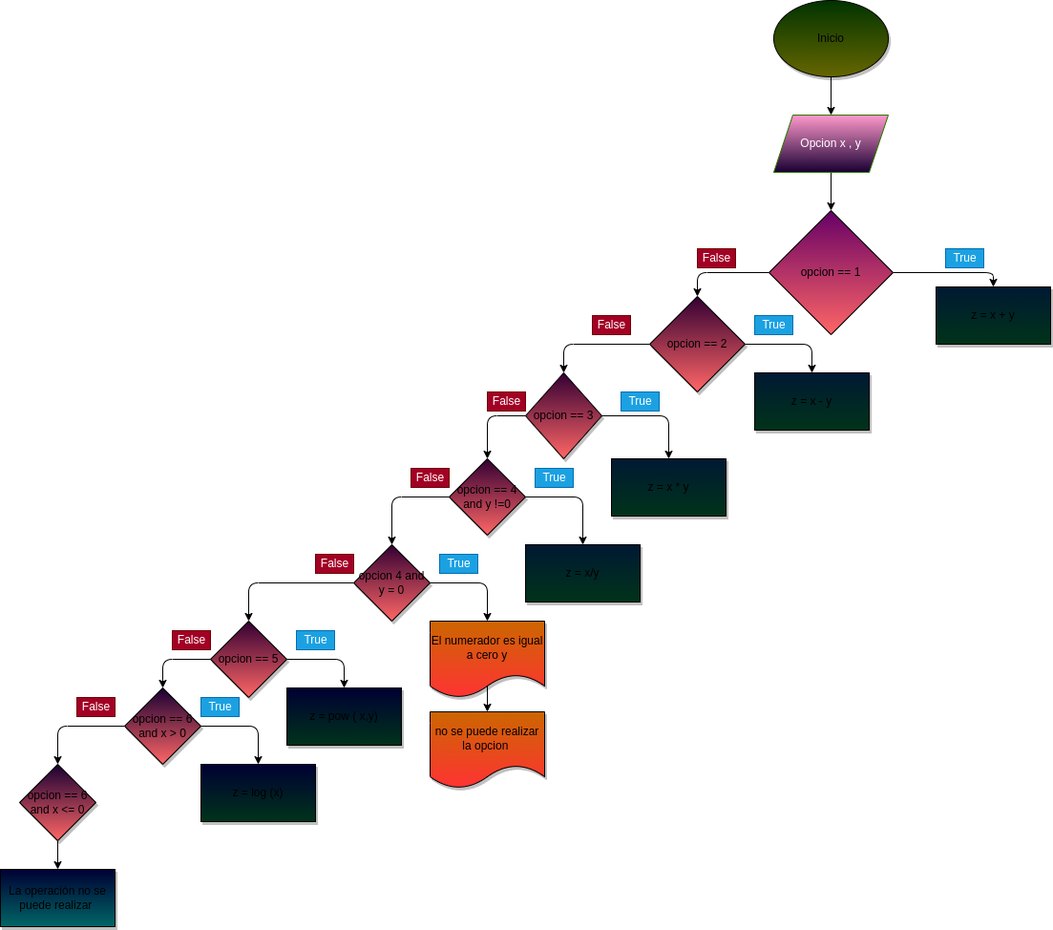
Above: diagrama.png in Irismenia/calculadora_menu (draw.io), before the change. Source tidied: cells renumbered, new cells last; positions are measured from the earlier drawing's top-left corner, leaving out a move shared by most shapes. Its diagram source:
```xml
<mxGraphModel>
  <root>
    <mxCell id="0" />
    <mxCell id="1" parent="0" />
    <mxCell id="2" style="edgeStyle=none;html=1;" parent="1" edge="1" source="3" target="5">
      <mxGeometry relative="1" as="geometry" />
    </mxCell>
    <mxCell id="3" value="Inicio" style="ellipse;whiteSpace=wrap;html=1;fillColor=#003300;shadow=1;gradientColor=#666600;" parent="1" vertex="1">
      <mxGeometry x="810" width="120" height="80" as="geometry" />
    </mxCell>
    <mxCell id="4" style="edgeStyle=none;html=1;" parent="1" edge="1" source="5" target="8">
      <mxGeometry relative="1" as="geometry" />
    </mxCell>
    <mxCell id="5" value="Opcion x , y" style="shape=parallelogram;perimeter=parallelogramPerimeter;whiteSpace=wrap;html=1;fixedSize=1;fillColor=#FF99CC;fontColor=#ffffff;strokeColor=#2D7600;gradientColor=#190033;" parent="1" vertex="1">
      <mxGeometry x="810" y="120" width="120" height="60" as="geometry" />
    </mxCell>
    <mxCell id="6" style="edgeStyle=none;html=1;exitX=1;exitY=0.5;exitDx=0;exitDy=0;entryX=0.5;entryY=0;entryDx=0;entryDy=0;" parent="1" edge="1" source="8" target="11">
      <mxGeometry relative="1" as="geometry">
        <Array as="points">
          <mxPoint x="1040" y="285" />
        </Array>
      </mxGeometry>
    </mxCell>
    <mxCell id="7" style="edgeStyle=none;html=1;exitX=0;exitY=0.5;exitDx=0;exitDy=0;entryX=0.5;entryY=0;entryDx=0;entryDy=0;" parent="1" edge="1" source="8" target="14">
      <mxGeometry relative="1" as="geometry">
        <Array as="points">
          <mxPoint x="730" y="285" />
        </Array>
      </mxGeometry>
    </mxCell>
    <mxCell id="8" value="opcion == 1" style="rhombus;whiteSpace=wrap;html=1;fillColor=#660066;gradientColor=#FF6666;" parent="1" vertex="1">
      <mxGeometry x="805" y="220" width="130" height="130" as="geometry" />
    </mxCell>
    <mxCell id="9" value="False" style="text;html=1;align=center;verticalAlign=middle;strokeColor=#6F0000;fillColor=#a20025;fontColor=#ffffff;" parent="1" vertex="1">
      <mxGeometry x="730" y="260" width="40" height="20" as="geometry" />
    </mxCell>
    <mxCell id="10" value="True" style="text;html=1;align=center;verticalAlign=middle;strokeColor=#006EAF;fillColor=#1ba1e2;fontColor=#ffffff;" parent="1" vertex="1">
      <mxGeometry x="990" y="260" width="40" height="20" as="geometry" />
    </mxCell>
    <mxCell id="11" value="z = x + y" style="rounded=0;whiteSpace=wrap;html=1;shadow=1;fillColor=#001933;gradientColor=#00331A;" parent="1" vertex="1">
      <mxGeometry x="980" y="300" width="120" height="60" as="geometry" />
    </mxCell>
    <mxCell id="12" style="edgeStyle=none;html=1;exitX=1;exitY=0.5;exitDx=0;exitDy=0;entryX=0.5;entryY=0;entryDx=0;entryDy=0;" parent="1" edge="1" source="14" target="17">
      <mxGeometry relative="1" as="geometry">
        <Array as="points">
          <mxPoint x="850" y="360" />
        </Array>
      </mxGeometry>
    </mxCell>
    <mxCell id="13" style="edgeStyle=none;html=1;exitX=0;exitY=0.5;exitDx=0;exitDy=0;entryX=0.5;entryY=0;entryDx=0;entryDy=0;" parent="1" edge="1" source="14" target="20">
      <mxGeometry relative="1" as="geometry">
        <Array as="points">
          <mxPoint x="590" y="360" />
        </Array>
      </mxGeometry>
    </mxCell>
    <mxCell id="14" value="opcion == 2" style="rhombus;whiteSpace=wrap;html=1;shadow=1;fillColor=#330033;gradientColor=#FF6666;" parent="1" vertex="1">
      <mxGeometry x="680" y="310" width="100" height="100" as="geometry" />
    </mxCell>
    <mxCell id="15" value="True" style="text;html=1;align=center;verticalAlign=middle;strokeColor=#006EAF;fillColor=#1ba1e2;fontColor=#ffffff;" parent="1" vertex="1">
      <mxGeometry x="790" y="330" width="40" height="20" as="geometry" />
    </mxCell>
    <mxCell id="16" value="False" style="text;html=1;align=center;verticalAlign=middle;strokeColor=#6F0000;fillColor=#a20025;fontColor=#ffffff;" parent="1" vertex="1">
      <mxGeometry x="620" y="330" width="40" height="20" as="geometry" />
    </mxCell>
    <mxCell id="17" value="z = x - y" style="rounded=0;whiteSpace=wrap;html=1;shadow=1;fillColor=#001933;gradientColor=#00331A;" parent="1" vertex="1">
      <mxGeometry x="790" y="390" width="120" height="60" as="geometry" />
    </mxCell>
    <mxCell id="18" style="edgeStyle=none;html=1;exitX=1;exitY=0.5;exitDx=0;exitDy=0;entryX=0.5;entryY=0;entryDx=0;entryDy=0;" parent="1" edge="1" source="20" target="21">
      <mxGeometry relative="1" as="geometry">
        <Array as="points">
          <mxPoint x="700" y="435" />
        </Array>
      </mxGeometry>
    </mxCell>
    <mxCell id="19" style="edgeStyle=none;html=1;exitX=0;exitY=0.5;exitDx=0;exitDy=0;entryX=0.5;entryY=0;entryDx=0;entryDy=0;" parent="1" edge="1" source="20" target="24">
      <mxGeometry relative="1" as="geometry">
        <Array as="points">
          <mxPoint x="510" y="435" />
        </Array>
      </mxGeometry>
    </mxCell>
    <mxCell id="20" value="opcion == 3" style="rhombus;whiteSpace=wrap;html=1;shadow=1;fillColor=#330033;gradientColor=#FF6666;" parent="1" vertex="1">
      <mxGeometry x="550" y="390" width="80" height="90" as="geometry" />
    </mxCell>
    <mxCell id="21" value="z = x * y" style="rounded=0;whiteSpace=wrap;html=1;shadow=1;fillColor=#001933;gradientColor=#00331A;" parent="1" vertex="1">
      <mxGeometry x="640" y="480" width="120" height="60" as="geometry" />
    </mxCell>
    <mxCell id="22" style="edgeStyle=none;html=1;exitX=1;exitY=0.5;exitDx=0;exitDy=0;entryX=0.5;entryY=0;entryDx=0;entryDy=0;" parent="1" edge="1" source="24" target="27">
      <mxGeometry relative="1" as="geometry">
        <Array as="points">
          <mxPoint x="610" y="520" />
        </Array>
      </mxGeometry>
    </mxCell>
    <mxCell id="23" style="edgeStyle=none;html=1;exitX=0;exitY=0.5;exitDx=0;exitDy=0;entryX=0.5;entryY=0;entryDx=0;entryDy=0;" parent="1" edge="1" source="24" target="30">
      <mxGeometry relative="1" as="geometry">
        <Array as="points">
          <mxPoint x="410" y="520" />
        </Array>
      </mxGeometry>
    </mxCell>
    <mxCell id="24" value="opcion == 4 and y !=0" style="rhombus;whiteSpace=wrap;html=1;shadow=1;fillColor=#330033;gradientColor=#FF6666;" parent="1" vertex="1">
      <mxGeometry x="470" y="480" width="80" height="80" as="geometry" />
    </mxCell>
    <mxCell id="25" value="True" style="text;html=1;align=center;verticalAlign=middle;strokeColor=#006EAF;fillColor=#1ba1e2;fontColor=#ffffff;" parent="1" vertex="1">
      <mxGeometry x="650" y="410" width="40" height="20" as="geometry" />
    </mxCell>
    <mxCell id="26" value="False" style="text;html=1;align=center;verticalAlign=middle;strokeColor=#6F0000;fillColor=#a20025;fontColor=#ffffff;" parent="1" vertex="1">
      <mxGeometry x="510" y="410" width="40" height="20" as="geometry" />
    </mxCell>
    <mxCell id="27" value="z = x/y" style="rounded=0;whiteSpace=wrap;html=1;shadow=1;fillColor=#001933;gradientColor=#00331A;" parent="1" vertex="1">
      <mxGeometry x="550" y="570" width="120" height="60" as="geometry" />
    </mxCell>
    <mxCell id="28" style="edgeStyle=none;html=1;exitX=1;exitY=0.5;exitDx=0;exitDy=0;" parent="1" edge="1" source="30">
      <mxGeometry relative="1" as="geometry">
        <mxPoint x="510" y="650" as="targetPoint" />
        <Array as="points">
          <mxPoint x="510" y="610" />
        </Array>
      </mxGeometry>
    </mxCell>
    <mxCell id="29" style="edgeStyle=none;html=1;exitX=0;exitY=0.5;exitDx=0;exitDy=0;entryX=0.5;entryY=0;entryDx=0;entryDy=0;" parent="1" edge="1" source="30" target="41">
      <mxGeometry relative="1" as="geometry">
        <Array as="points">
          <mxPoint x="260" y="610" />
        </Array>
      </mxGeometry>
    </mxCell>
    <mxCell id="30" value="opcion 4 and y = 0" style="rhombus;whiteSpace=wrap;html=1;shadow=1;fillColor=#330033;gradientColor=#FF6666;" parent="1" vertex="1">
      <mxGeometry x="370" y="570" width="80" height="80" as="geometry" />
    </mxCell>
    <mxCell id="31" value="no se puede realizar la opcion&amp;nbsp;" style="shape=document;whiteSpace=wrap;html=1;boundedLbl=1;shadow=1;fillColor=#CC6600;gradientColor=#FF3333;" parent="1" vertex="1">
      <mxGeometry x="450" y="745" width="120" height="80" as="geometry" />
    </mxCell>
    <mxCell id="32" style="edgeStyle=none;html=1;" parent="1" edge="1" target="31">
      <mxGeometry relative="1" as="geometry">
        <mxPoint x="510" y="710" as="sourcePoint" />
      </mxGeometry>
    </mxCell>
    <mxCell id="33" value="El numerador es igual a cero y" style="shape=document;whiteSpace=wrap;html=1;boundedLbl=1;shadow=1;fillColor=#CC6600;gradientColor=#FF3333;" parent="1" vertex="1">
      <mxGeometry x="450" y="650" width="120" height="80" as="geometry" />
    </mxCell>
    <mxCell id="34" value="True" style="text;html=1;align=center;verticalAlign=middle;strokeColor=#006EAF;fillColor=#1ba1e2;fontColor=#ffffff;" parent="1" vertex="1">
      <mxGeometry x="560" y="490" width="40" height="20" as="geometry" />
    </mxCell>
    <mxCell id="35" value="False" style="text;html=1;align=center;verticalAlign=middle;strokeColor=#6F0000;fillColor=#a20025;fontColor=#ffffff;" parent="1" vertex="1">
      <mxGeometry x="430" y="490" width="40" height="20" as="geometry" />
    </mxCell>
    <mxCell id="36" value="True" style="text;html=1;align=center;verticalAlign=middle;strokeColor=#006EAF;fillColor=#1ba1e2;fontColor=#ffffff;" parent="1" vertex="1">
      <mxGeometry x="460" y="580" width="40" height="20" as="geometry" />
    </mxCell>
    <mxCell id="37" value="False" style="text;html=1;align=center;verticalAlign=middle;strokeColor=#6F0000;fillColor=#a20025;fontColor=#ffffff;" parent="1" vertex="1">
      <mxGeometry x="330" y="580" width="40" height="20" as="geometry" />
    </mxCell>
    <mxCell id="38" style="edgeStyle=none;html=1;exitX=1;exitY=0.5;exitDx=0;exitDy=0;entryX=0.5;entryY=0;entryDx=0;entryDy=0;" parent="1" edge="1" source="41" target="42">
      <mxGeometry relative="1" as="geometry">
        <Array as="points">
          <mxPoint x="360" y="690" />
        </Array>
      </mxGeometry>
    </mxCell>
    <mxCell id="39" style="edgeStyle=none;html=1;exitX=0;exitY=0.5;exitDx=0;exitDy=0;entryX=0.5;entryY=0;entryDx=0;entryDy=0;fillColor=#6a00ff;strokeColor=none;" parent="1" edge="1" source="41" target="45">
      <mxGeometry relative="1" as="geometry">
        <Array as="points">
          <mxPoint x="170" y="690" />
        </Array>
      </mxGeometry>
    </mxCell>
    <mxCell id="40" style="edgeStyle=none;html=1;exitX=0;exitY=0.5;exitDx=0;exitDy=0;entryX=0.5;entryY=0;entryDx=0;entryDy=0;" parent="1" edge="1" source="41" target="45">
      <mxGeometry relative="1" as="geometry">
        <Array as="points">
          <mxPoint x="170" y="690" />
        </Array>
      </mxGeometry>
    </mxCell>
    <mxCell id="41" value="opcion == 5" style="rhombus;whiteSpace=wrap;html=1;shadow=1;fillColor=#330033;gradientColor=#FF6666;" parent="1" vertex="1">
      <mxGeometry x="220" y="650" width="80" height="80" as="geometry" />
    </mxCell>
    <mxCell id="42" value="z = pow ( x,y)" style="rounded=0;whiteSpace=wrap;html=1;shadow=1;fillColor=#000033;gradientColor=#00331A;" parent="1" vertex="1">
      <mxGeometry x="300" y="720" width="120" height="60" as="geometry" />
    </mxCell>
    <mxCell id="43" style="edgeStyle=none;html=1;exitX=1;exitY=0.5;exitDx=0;exitDy=0;" parent="1" edge="1" source="45">
      <mxGeometry relative="1" as="geometry">
        <mxPoint x="270" y="800" as="targetPoint" />
        <Array as="points">
          <mxPoint x="270" y="760" />
        </Array>
      </mxGeometry>
    </mxCell>
    <mxCell id="44" style="edgeStyle=none;html=1;exitX=0;exitY=0.5;exitDx=0;exitDy=0;" parent="1" edge="1" source="45">
      <mxGeometry relative="1" as="geometry">
        <mxPoint x="60" y="800" as="targetPoint" />
        <Array as="points">
          <mxPoint x="60" y="760" />
        </Array>
      </mxGeometry>
    </mxCell>
    <mxCell id="45" value="opcion == 6 and x &amp;gt; 0" style="rhombus;whiteSpace=wrap;html=1;shadow=1;fillColor=#190033;gradientColor=#FF6666;" parent="1" vertex="1">
      <mxGeometry x="130" y="720" width="80" height="80" as="geometry" />
    </mxCell>
    <mxCell id="46" value="z = log (x)" style="rounded=0;whiteSpace=wrap;html=1;shadow=1;fillColor=#000033;gradientColor=#00331A;" parent="1" vertex="1">
      <mxGeometry x="210" y="800" width="120" height="60" as="geometry" />
    </mxCell>
    <mxCell id="47" style="edgeStyle=none;html=1;" parent="1" edge="1" source="48" target="49">
      <mxGeometry relative="1" as="geometry" />
    </mxCell>
    <mxCell id="48" value="opcion == 6 and x &amp;lt;= 0" style="rhombus;whiteSpace=wrap;html=1;shadow=1;fillColor=#190033;gradientColor=#FF6666;" parent="1" vertex="1">
      <mxGeometry x="20" y="800" width="80" height="80" as="geometry" />
    </mxCell>
    <mxCell id="49" value="La operación no se puede realizar&amp;nbsp;" style="whiteSpace=wrap;html=1;fillColor=#000033;shadow=1;gradientColor=#006666;" parent="1" vertex="1">
      <mxGeometry y="910" width="120" height="60" as="geometry" />
    </mxCell>
    <mxCell id="50" value="True" style="text;html=1;align=center;verticalAlign=middle;strokeColor=#006EAF;fillColor=#1ba1e2;fontColor=#ffffff;" parent="1" vertex="1">
      <mxGeometry x="310" y="660" width="40" height="20" as="geometry" />
    </mxCell>
    <mxCell id="51" value="False" style="text;html=1;align=center;verticalAlign=middle;strokeColor=#6F0000;fillColor=#a20025;fontColor=#ffffff;" parent="1" vertex="1">
      <mxGeometry x="180" y="660" width="40" height="20" as="geometry" />
    </mxCell>
    <mxCell id="52" value="True" style="text;html=1;align=center;verticalAlign=middle;strokeColor=#006EAF;fillColor=#1ba1e2;fontColor=#ffffff;" parent="1" vertex="1">
      <mxGeometry x="210" y="730" width="40" height="20" as="geometry" />
    </mxCell>
    <mxCell id="53" value="False" style="text;html=1;align=center;verticalAlign=middle;strokeColor=#6F0000;fillColor=#a20025;fontColor=#ffffff;" parent="1" vertex="1">
      <mxGeometry x="80" y="730" width="40" height="20" as="geometry" />
    </mxCell>
  </root>
</mxGraphModel>
```
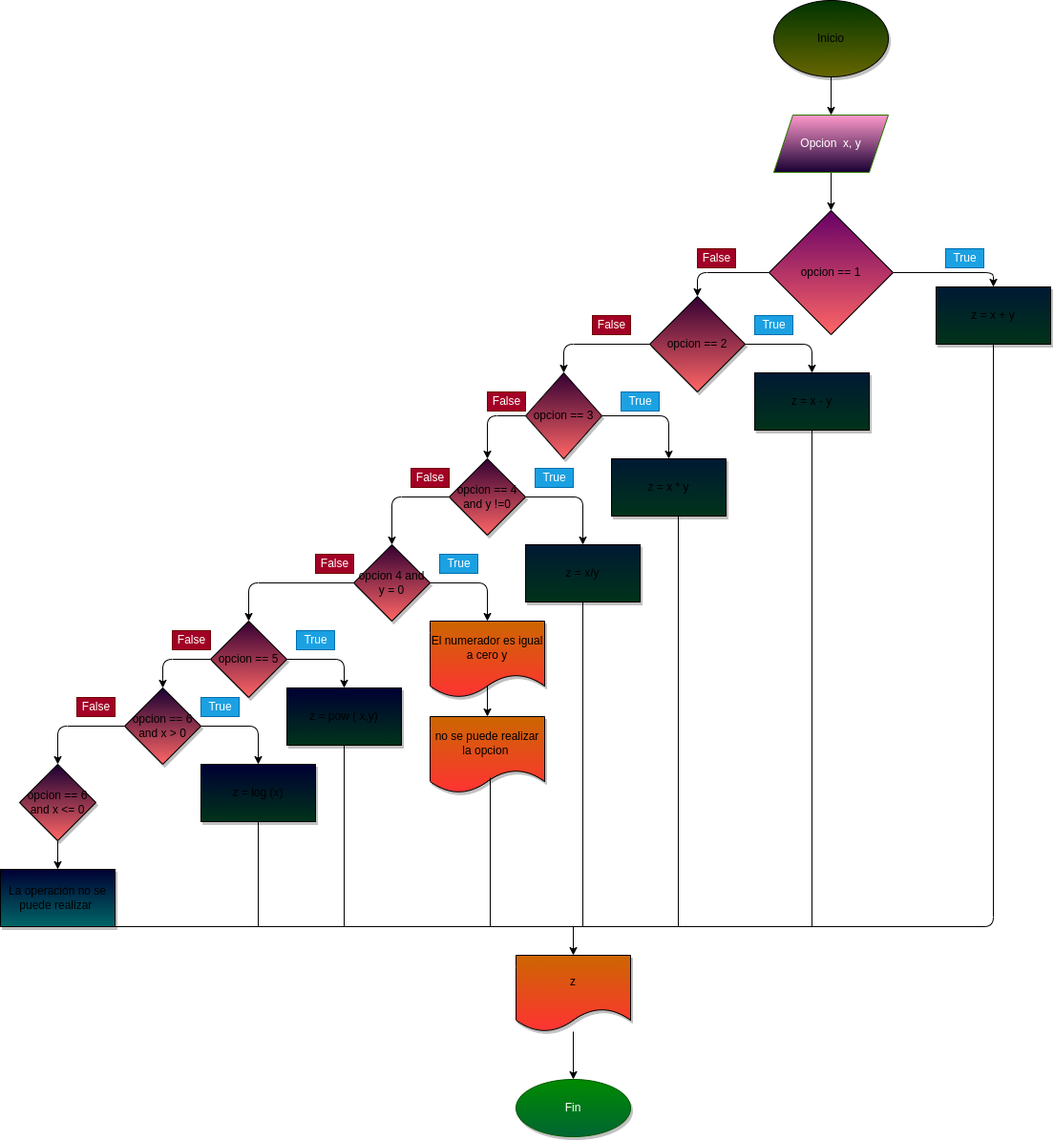
Later version of the same file.

The edit, as a diff of the source:
```diff
@@ -11,7 +11,7 @@
     <mxCell id="4" style="edgeStyle=none;html=1;" parent="1" edge="1" source="5" target="8">
       <mxGeometry relative="1" as="geometry" />
     </mxCell>
-    <mxCell id="5" value="Opcion x , y" style="shape=parallelogram;perimeter=parallelogramPerimeter;whiteSpace=wrap;html=1;fixedSize=1;fillColor=#FF99CC;fontColor=#ffffff;strokeColor=#2D7600;gradientColor=#190033;" parent="1" vertex="1">
+    <mxCell id="5" value="Opcion&amp;nbsp; x, y" style="shape=parallelogram;perimeter=parallelogramPerimeter;whiteSpace=wrap;html=1;fixedSize=1;fillColor=#FF99CC;fontColor=#ffffff;strokeColor=#2D7600;gradientColor=#190033;" parent="1" vertex="1">
       <mxGeometry x="810" y="120" width="120" height="60" as="geometry" />
     </mxCell>
     <mxCell id="6" style="edgeStyle=none;html=1;exitX=1;exitY=0.5;exitDx=0;exitDy=0;entryX=0.5;entryY=0;entryDx=0;entryDy=0;" parent="1" edge="1" source="8" target="11">
@@ -131,7 +131,7 @@
       <mxGeometry x="370" y="570" width="80" height="80" as="geometry" />
     </mxCell>
     <mxCell id="31" value="no se puede realizar la opcion&amp;nbsp;" style="shape=document;whiteSpace=wrap;html=1;boundedLbl=1;shadow=1;fillColor=#CC6600;gradientColor=#FF3333;" parent="1" vertex="1">
-      <mxGeometry x="450" y="745" width="120" height="80" as="geometry" />
+      <mxGeometry x="450" y="750" width="120" height="80" as="geometry" />
     </mxCell>
     <mxCell id="32" style="edgeStyle=none;html=1;" parent="1" edge="1" target="31">
       <mxGeometry relative="1" as="geometry">
@@ -223,5 +223,57 @@
     <mxCell id="53" value="False" style="text;html=1;align=center;verticalAlign=middle;strokeColor=#6F0000;fillColor=#a20025;fontColor=#ffffff;" parent="1" vertex="1">
       <mxGeometry x="80" y="730" width="40" height="20" as="geometry" />
     </mxCell>
+    <mxCell id="54" style="endArrow=none;html=1;entryX=0.5;entryY=1;entryDx=0;entryDy=0;exitX=0.5;exitY=1;exitDx=0;exitDy=0;" parent="1" edge="1" source="11" target="49">
+      <mxGeometry relative="1" as="geometry">
+        <Array as="points">
+          <mxPoint x="1040" y="970" />
+        </Array>
+      </mxGeometry>
+    </mxCell>
+    <mxCell id="55" style="endArrow=none;html=1;entryX=0.5;entryY=1;entryDx=0;entryDy=0;" parent="1" edge="1" target="46">
+      <mxGeometry relative="1" as="geometry">
+        <mxPoint x="270" y="970" as="sourcePoint" />
+      </mxGeometry>
+    </mxCell>
+    <mxCell id="56" style="endArrow=none;html=1;entryX=0.525;entryY=0.8;entryDx=0;entryDy=0;entryPerimeter=0;" parent="1" edge="1" target="31">
+      <mxGeometry relative="1" as="geometry">
+        <mxPoint x="513" y="970" as="sourcePoint" />
+      </mxGeometry>
+    </mxCell>
+    <mxCell id="57" style="endArrow=none;html=1;entryX=0.5;entryY=1;entryDx=0;entryDy=0;" parent="1" edge="1" target="42">
+      <mxGeometry relative="1" as="geometry">
+        <mxPoint x="360" y="970" as="sourcePoint" />
+      </mxGeometry>
+    </mxCell>
+    <mxCell id="58" style="endArrow=none;html=1;entryX=0.5;entryY=1;entryDx=0;entryDy=0;" parent="1" edge="1" target="27">
+      <mxGeometry relative="1" as="geometry">
+        <mxPoint x="610" y="970" as="sourcePoint" />
+      </mxGeometry>
+    </mxCell>
+    <mxCell id="59" style="endArrow=none;html=1;" parent="1" edge="1">
+      <mxGeometry relative="1" as="geometry">
+        <mxPoint x="710" y="970" as="sourcePoint" />
+        <mxPoint x="710" y="540" as="targetPoint" />
+      </mxGeometry>
+    </mxCell>
+    <mxCell id="60" style="endArrow=none;html=1;entryX=0.5;entryY=1;entryDx=0;entryDy=0;" parent="1" edge="1" target="17">
+      <mxGeometry relative="1" as="geometry">
+        <mxPoint x="850" y="970" as="sourcePoint" />
+      </mxGeometry>
+    </mxCell>
+    <mxCell id="61" style="endArrow=classic;html=1;entryX=0.5;entryY=0;entryDx=0;entryDy=0;" parent="1" edge="1" target="63">
+      <mxGeometry relative="1" as="geometry">
+        <mxPoint x="600" y="970" as="sourcePoint" />
+      </mxGeometry>
+    </mxCell>
+    <mxCell id="62" style="edgeStyle=none;html=1;" parent="1" edge="1" source="63" target="64">
+      <mxGeometry relative="1" as="geometry" />
+    </mxCell>
+    <mxCell id="63" value="z" style="shape=document;whiteSpace=wrap;html=1;boundedLbl=1;shadow=1;fillColor=#CC6600;gradientColor=#FF3333;" parent="1" vertex="1">
+      <mxGeometry x="540" y="1000" width="120" height="80" as="geometry" />
+    </mxCell>
+    <mxCell id="64" value="Fin" style="ellipse;whiteSpace=wrap;html=1;fillColor=#008a00;shadow=1;fontColor=#ffffff;strokeColor=#005700;gradientColor=#006633;" parent="1" vertex="1">
+      <mxGeometry x="540" y="1130" width="120" height="60" as="geometry" />
+    </mxCell>
   </root>
 </mxGraphModel>
```
